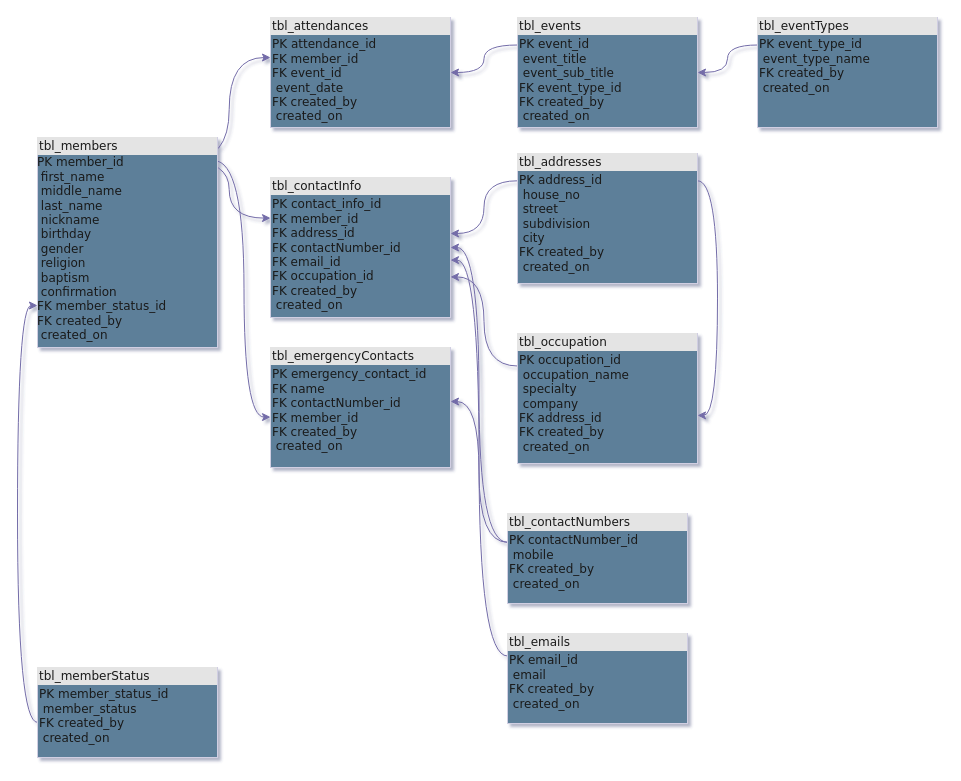
This is BLD-App ERD.drawio from jbas1003/bld-app, a draw.io file, before an edit. Source tidied: cells renumbered, new cells numbered last; positions are measured from the earlier drawing's top-left corner, leaving out a move shared by most shapes. Both pictures are drawn from the tidied source at 100%, with x=0, y=0 at pixel (37, 17).
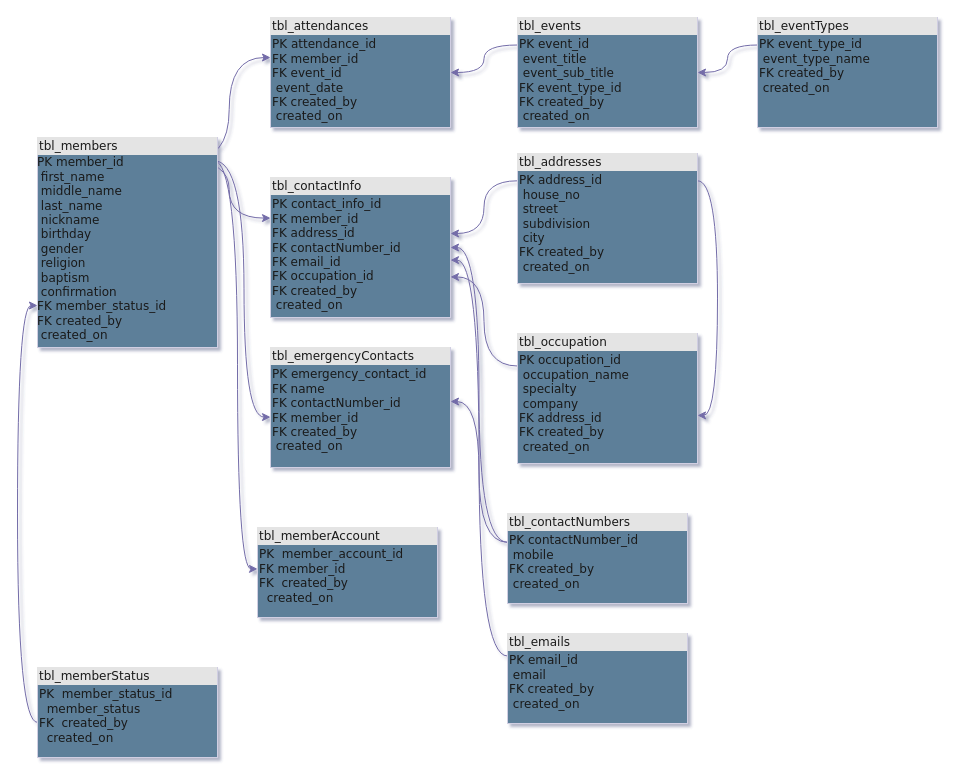
The same diagram, later.

The change refers to these unchanged cells:
```xml
<mxCell id="5" value="&lt;div style=&quot;box-sizing:border-box;width:100%;background:#e4e4e4;padding:2px;&quot;&gt;tbl_members&lt;/div&gt;PK&lt;span style=&quot;white-space: pre;&quot;&gt; &lt;/span&gt;member_id&lt;br&gt;&lt;span style=&quot;white-space: pre;&quot;&gt; &lt;/span&gt;first_name&lt;br&gt;&lt;span style=&quot;white-space: pre;&quot;&gt; &lt;/span&gt;middle_name&lt;br&gt;&lt;span style=&quot;white-space: pre;&quot;&gt; &lt;/span&gt;last_name&lt;br&gt;&lt;span style=&quot;white-space: pre;&quot;&gt; &lt;/span&gt;nickname&lt;br&gt;&lt;span style=&quot;white-space: pre;&quot;&gt; &lt;/span&gt;birthday&lt;br&gt;&lt;span style=&quot;white-space: pre;&quot;&gt; &lt;/span&gt;gender&lt;br&gt;&lt;span style=&quot;white-space: pre;&quot;&gt; &lt;/span&gt;religion&lt;br&gt;&lt;span style=&quot;white-space: pre;&quot;&gt; &lt;/span&gt;baptism&lt;br&gt;&lt;span style=&quot;white-space: pre;&quot;&gt; &lt;/span&gt;confirmation&lt;br&gt;FK&lt;span style=&quot;white-space: pre;&quot;&gt; &lt;/span&gt;member_status_id&lt;br&gt;&lt;span style=&quot;white-space: pre;&quot;&gt;FK&lt;span style=&quot;white-space: pre;&quot;&gt; &lt;/span&gt;created_by&lt;br&gt;&lt;span style=&quot;white-space: pre;&quot;&gt; &lt;/span&gt;created_on &lt;/span&gt;" style="verticalAlign=top;align=left;overflow=fill;html=1;rounded=0;shadow=0;comic=0;labelBackgroundColor=none;strokeWidth=1;fontFamily=Verdana;fontSize=12;points=[[0,0,0,0,0],[0,0.11,0,0,0],[0,0.8,0,0,0],[0,0.88,0,0,0],[0,1,0,0,0],[0.25,0,0,0,0],[0.25,1,0,0,0],[0.5,0,0,0,0],[0.5,1,0,0,0],[0.75,0,0,0,0],[0.75,1,0,0,0],[0.98,0.11,0,0,0],[1,0,0,0,0],[1,0.8,0,0,0],[1,0.88,0,0,0],[1,1,0,0,0]];fillColor=#5D7F99;strokeColor=#D0CEE2;fontColor=#1A1A1A;" parent="1" vertex="1">
  <mxGeometry y="120" width="180" height="210" as="geometry" />
</mxCell>
```

What changed in the source:
```diff
@@
+    <mxCell id="25" style="edgeStyle=orthogonalEdgeStyle;rounded=0;jettySize=auto;html=1;exitX=0.98;exitY=0.11;exitDx=0;exitDy=0;exitPerimeter=0;entryX=0;entryY=0.46;entryDx=0;entryDy=0;entryPerimeter=0;curved=1;strokeColor=#736CA8;" parent="1" edge="1" source="5" target="26">
+      <mxGeometry relative="1" as="geometry" />
+    </mxCell>
@@
-    <mxCell id="9" value="&lt;div style=&quot;box-sizing:border-box;width:100%;background:#e4e4e4;padding:2px;&quot;&gt;tbl_memberStatus&lt;/div&gt;&lt;table style=&quot;width:100%;font-size:1em;&quot; cellpadding=&quot;2&quot; cellspacing=&quot;0&quot;&gt;&lt;tbody&gt;&lt;tr&gt;&lt;td&gt;PK&lt;span style=&quot;white-space: pre;&quot;&gt; &lt;/span&gt;member_status_id&lt;br&gt;&lt;span style=&quot;white-space: pre;&quot;&gt; &lt;/span&gt;member_status&lt;br&gt;FK&lt;span style=&quot;white-space: pre;&quot;&gt; &lt;/span&gt;created_by&lt;br&gt;&lt;span style=&quot;white-space: pre;&quot;&gt; &lt;/span&gt;created_on&lt;br&gt;&lt;/td&gt;&lt;td&gt;&lt;/td&gt;&lt;/tr&gt;&lt;/tbody&gt;&lt;/table&gt;" style="verticalAlign=top;align=left;overflow=fill;html=1;rounded=0;shadow=0;comic=0;labelBackgroundColor=none;strokeWidth=1;fontFamily=Verdana;fontSize=12;points=[[0,0,0,0,0],[0,0.28,0,0,0],[0,0.61,0,0,0],[0,0.75,0,0,0],[0,1,0,0,0],[0.25,0,0,0,0],[0.25,1,0,0,0],[0.5,0,0,0,0],[0.5,1,0,0,0],[0.75,0,0,0,0],[0.75,1,0,0,0],[1,0,0,0,0],[1,0.25,0,0,0],[1,0.61,0,0,0],[1,0.75,0,0,0],[1,1,0,0,0]];fillColor=#5D7F99;strokeColor=#D0CEE2;fontColor=#1A1A1A;" parent="1" vertex="1">
+    <mxCell id="9" value="&lt;div style=&quot;box-sizing:border-box;width:100%;background:#e4e4e4;padding:2px;&quot;&gt;tbl_memberStatus&lt;/div&gt;&lt;table style=&quot;width:100%;font-size:1em;&quot; cellpadding=&quot;2&quot; cellspacing=&quot;0&quot;&gt;&lt;tbody&gt;&lt;tr&gt;&lt;td&gt;PK&lt;span style=&quot;white-space: pre;&quot;&gt; &lt;span style=&quot;white-space: pre;&quot;&gt; &lt;/span&gt;&lt;/span&gt;member_status_id&lt;br&gt;&lt;span style=&quot;white-space: pre;&quot;&gt; &lt;span style=&quot;white-space: pre;&quot;&gt; &lt;/span&gt;&lt;/span&gt;member_status&lt;br&gt;FK&lt;span style=&quot;white-space: pre;&quot;&gt; &lt;span style=&quot;white-space: pre;&quot;&gt; &lt;/span&gt;&lt;/span&gt;created_by&lt;br&gt;&lt;span style=&quot;white-space: pre;&quot;&gt; &lt;span style=&quot;white-space: pre;&quot;&gt; &lt;/span&gt;&lt;/span&gt;created_on&lt;br&gt;&lt;/td&gt;&lt;td&gt;&lt;/td&gt;&lt;/tr&gt;&lt;/tbody&gt;&lt;/table&gt;" style="verticalAlign=top;align=left;overflow=fill;html=1;rounded=0;shadow=0;comic=0;labelBackgroundColor=none;strokeWidth=1;fontFamily=Verdana;fontSize=12;points=[[0,0,0,0,0],[0,0.28,0,0,0],[0,0.61,0,0,0],[0,0.75,0,0,0],[0,1,0,0,0],[0.25,0,0,0,0],[0.25,1,0,0,0],[0.5,0,0,0,0],[0.5,1,0,0,0],[0.75,0,0,0,0],[0.75,1,0,0,0],[1,0,0,0,0],[1,0.25,0,0,0],[1,0.61,0,0,0],[1,0.75,0,0,0],[1,1,0,0,0]];fillColor=#5D7F99;strokeColor=#D0CEE2;fontColor=#1A1A1A;" parent="1" vertex="1">
       <mxGeometry y="650" width="180" height="90" as="geometry" />
     </mxCell>
@@
+    <mxCell id="26" value="&lt;div style=&quot;box-sizing:border-box;width:100%;background:#e4e4e4;padding:2px;&quot;&gt;tbl_memberAccount&lt;/div&gt;&lt;table style=&quot;width:100%;font-size:1em;&quot; cellpadding=&quot;2&quot; cellspacing=&quot;0&quot;&gt;&lt;tbody&gt;&lt;tr&gt;&lt;td&gt;PK&lt;span style=&quot;white-space: pre;&quot;&gt; &lt;span style=&quot;white-space: pre;&quot;&gt; &lt;/span&gt;&lt;/span&gt;member_account_id&lt;br&gt;FK&lt;span style=&quot;white-space: pre;&quot;&gt; &lt;/span&gt;member_id&lt;br&gt;FK&lt;span style=&quot;white-space: pre;&quot;&gt; &lt;span style=&quot;white-space: pre;&quot;&gt; &lt;/span&gt;&lt;/span&gt;created_by&lt;br&gt;&lt;span style=&quot;white-space: pre;&quot;&gt; &lt;span style=&quot;white-space: pre;&quot;&gt; &lt;/span&gt;&lt;/span&gt;created_on&lt;br&gt;&lt;/td&gt;&lt;td&gt;&lt;/td&gt;&lt;/tr&gt;&lt;/tbody&gt;&lt;/table&gt;" style="verticalAlign=top;align=left;overflow=fill;html=1;rounded=0;shadow=0;comic=0;labelBackgroundColor=none;strokeWidth=1;fontFamily=Verdana;fontSize=12;points=[[0,0,0,0,0],[0,0.28,0,0,0],[0,0.46,0,0,0],[0,0.61,0,0,0],[0,1,0,0,0],[0.25,0,0,0,0],[0.25,1,0,0,0],[0.5,0,0,0,0],[0.5,1,0,0,0],[0.75,0,0,0,0],[0.75,1,0,0,0],[1,0,0,0,0],[1,0.25,0,0,0],[1,0.5,0,0,0],[1,0.64,0,0,0],[1,1,0,0,0]];fillColor=#5D7F99;strokeColor=#D0CEE2;fontColor=#1A1A1A;" parent="1" vertex="1">
+      <mxGeometry x="220" y="510" width="180" height="90" as="geometry" />
+    </mxCell>
```
